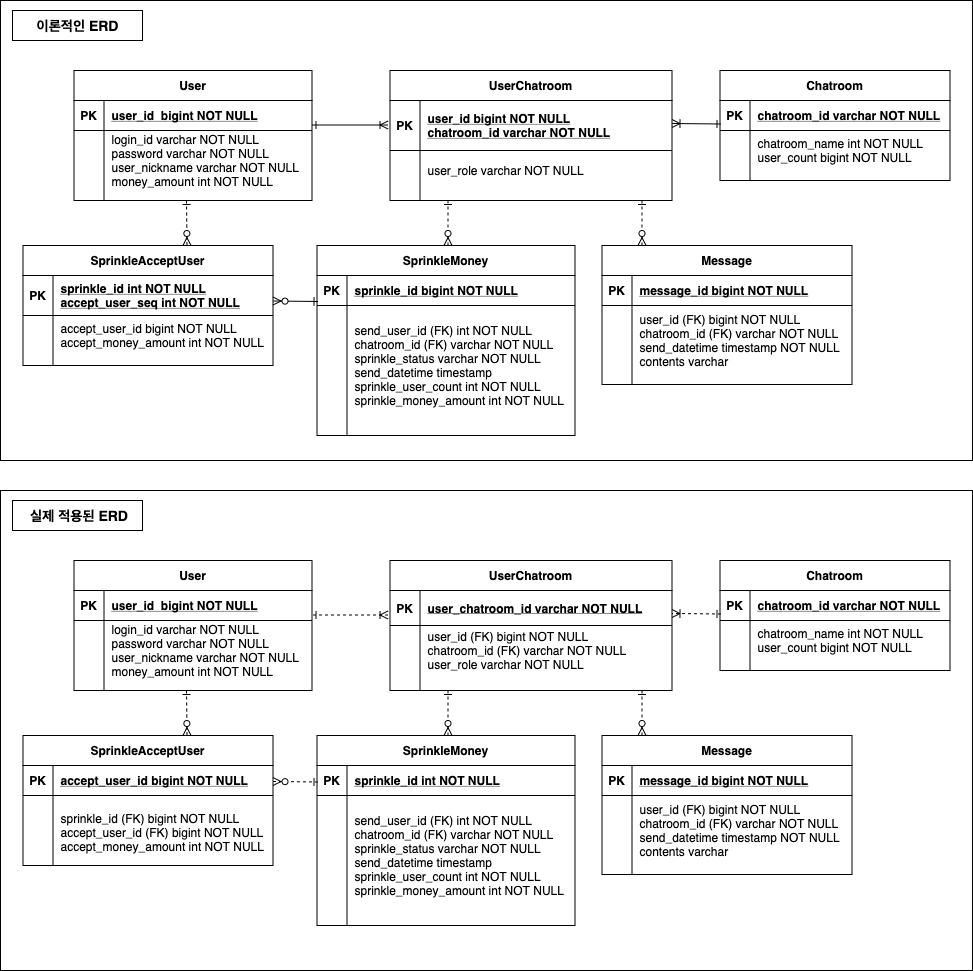
This is img/kakaopay-sprinkemoney-ERD.png from incheol77/kakaopay-sprinklingmoney, a draw.io export, as it was before one commit. Source tidied: cells renumbered, new cells last; positions are measured from the earlier drawing's top-left corner, leaving out a move shared by most shapes.
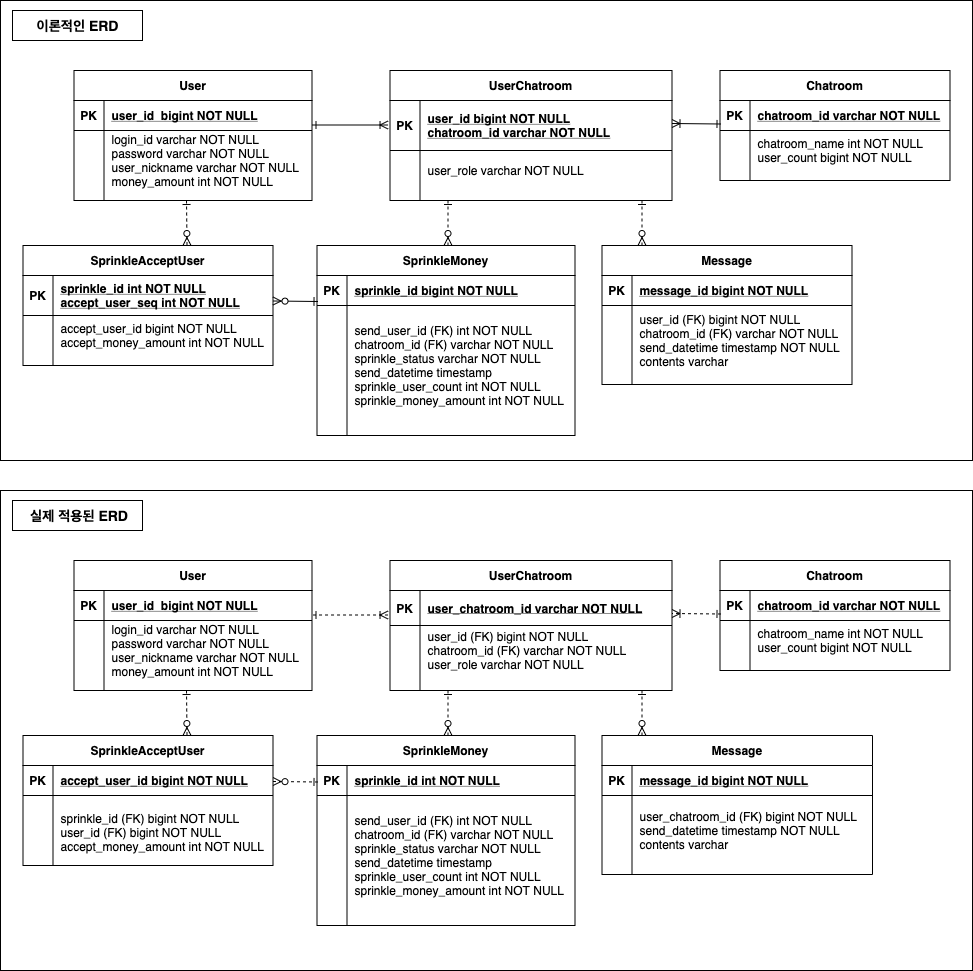
After the change.

Commit message:
docs : README.md 의 ERD 상의 일부 속성 변경

- 엔티티 간 관계 조정에 따라 불필요한 속성 제거

The edit, as a diff of the source:
```diff
@@ -273,25 +273,25 @@
       </mxGeometry>
     </mxCell>
     <mxCell id="83" value="Message" style="shape=table;startSize=30;rowLines=0;fontStyle=1;align=center;" parent="1" vertex="1">
-      <mxGeometry x="601.5" y="735" width="250" height="139" as="geometry" />
+      <mxGeometry x="601.5" y="735" width="270.5" height="139" as="geometry" />
     </mxCell>
     <mxCell id="84" style="shape=partialRectangle;fillColor=none;top=0;left=0;right=0;bottom=1;" parent="83" vertex="1">
-      <mxGeometry y="30" width="250" height="30" as="geometry" />
+      <mxGeometry y="30" width="270.5" height="30" as="geometry" />
     </mxCell>
     <mxCell id="85" value="PK" style="shape=partialRectangle;overflow=hidden;fillColor=none;top=0;left=0;bottom=0;right=0;fontStyle=1;" parent="84" vertex="1">
       <mxGeometry width="30" height="30" as="geometry" />
     </mxCell>
     <mxCell id="86" value="message_id bigint NOT NULL" style="shape=partialRectangle;overflow=hidden;fillColor=none;top=0;left=0;bottom=0;right=0;align=left;spacingLeft=6;fontStyle=5;" parent="84" vertex="1">
-      <mxGeometry x="30" width="220" height="30" as="geometry" />
+      <mxGeometry x="30" width="240.5" height="30" as="geometry" />
     </mxCell>
     <mxCell id="87" style="shape=partialRectangle;fillColor=none;top=0;left=0;right=0;bottom=0;" parent="83" vertex="1">
-      <mxGeometry y="60" width="250" height="69" as="geometry" />
+      <mxGeometry y="60" width="270.5" height="69" as="geometry" />
     </mxCell>
     <mxCell id="88" style="shape=partialRectangle;overflow=hidden;fillColor=none;top=0;left=0;bottom=0;right=0;" parent="87" vertex="1">
       <mxGeometry width="30" height="69" as="geometry" />
     </mxCell>
-    <mxCell id="89" value="user_id (FK) bigint NOT NULL&#10;chatroom_id (FK) varchar NOT NULL&#10;send_datetime timestamp NOT NULL&#10;contents varchar" style="shape=partialRectangle;overflow=hidden;fillColor=none;top=0;left=0;bottom=0;right=0;align=left;spacingLeft=6;" parent="87" vertex="1">
-      <mxGeometry x="30" width="220" height="69" as="geometry" />
+    <mxCell id="89" value="user_chatroom_id (FK) bigint NOT NULL&#10;send_datetime timestamp NOT NULL&#10;contents varchar" style="shape=partialRectangle;overflow=hidden;fillColor=none;top=0;left=0;bottom=0;right=0;align=left;spacingLeft=6;" parent="87" vertex="1">
+      <mxGeometry x="30" width="240.5" height="69" as="geometry" />
     </mxCell>
     <mxCell id="90" value="SprinkleAcceptUser" style="shape=table;startSize=30;rowLines=0;fontStyle=1;align=center;" parent="1" vertex="1">
       <mxGeometry x="22.5" y="735" width="250" height="130" as="geometry" />
@@ -311,7 +311,7 @@
     <mxCell id="95" style="shape=partialRectangle;overflow=hidden;fillColor=none;top=0;left=0;bottom=0;right=0;" parent="94" vertex="1">
       <mxGeometry width="30" height="60" as="geometry" />
     </mxCell>
-    <mxCell id="96" value="&#10;sprinkle_id (FK) bigint NOT NULL&#10;accept_user_id (FK) bigint NOT NULL&#10;accept_money_amount int NOT NULL" style="shape=partialRectangle;overflow=hidden;fillColor=none;top=0;left=0;bottom=0;right=0;align=left;spacingLeft=6;" parent="94" vertex="1">
+    <mxCell id="96" value="&#10;sprinkle_id (FK) bigint NOT NULL&#10;user_id (FK) bigint NOT NULL&#10;accept_money_amount int NOT NULL" style="shape=partialRectangle;overflow=hidden;fillColor=none;top=0;left=0;bottom=0;right=0;align=left;spacingLeft=6;" parent="94" vertex="1">
       <mxGeometry x="30" width="220" height="60" as="geometry" />
     </mxCell>
     <mxCell id="97" style="endArrow=ERone;startArrow=ERzeroToMany;html=1;endFill=0;startFill=1;dashed=1;" parent="1" edge="1">
```
